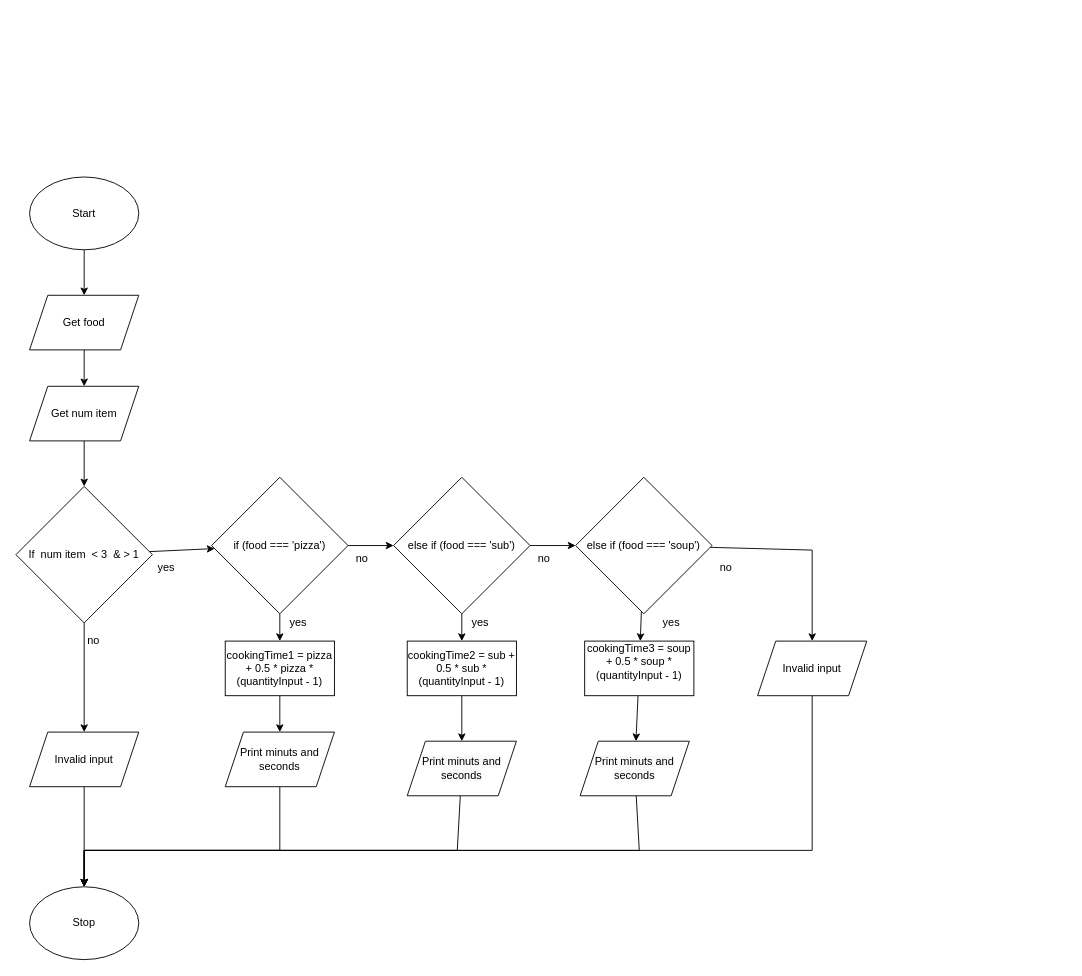
lily-liu-17/ics4u-unit1-03-typescript keeps this draw.io diagram as flow.drawio. Above is the earlier version. Source tidied: cells renumbered, new cells numbered last; positions are measured from the earlier drawing's top-left corner, leaving out a move shared by most shapes. Both pictures are drawn from the tidied source at 91%, with x=0, y=0 at pixel (15, 177).
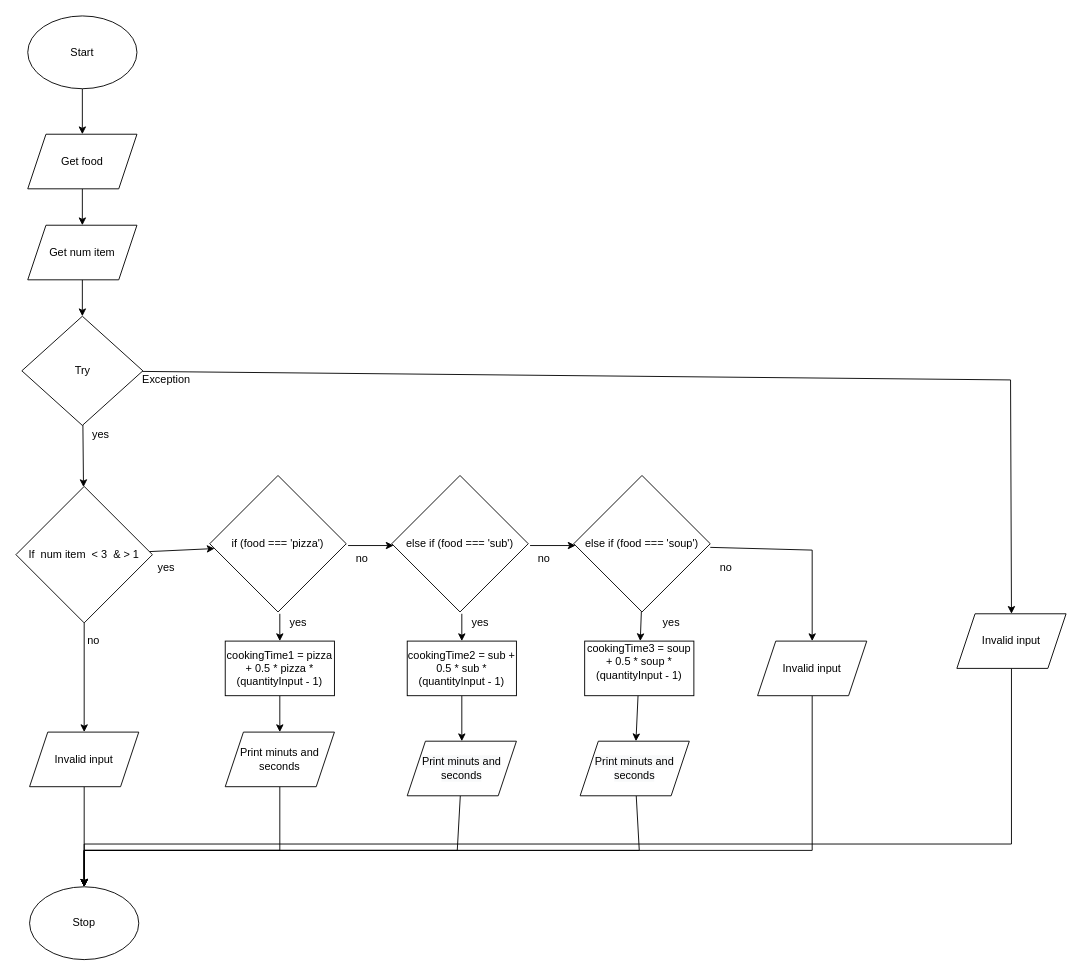
The same page after the edit.

The change refers to these unchanged cells:
```xml
<mxCell id="2" value="Stop" style="ellipse;whiteSpace=wrap;html=1;" parent="1" vertex="1">
  <mxGeometry x="15" y="780" width="120" height="80" as="geometry" />
</mxCell>
<mxCell id="11" value="If&amp;nbsp; num item&amp;nbsp; &amp;lt; 3&amp;nbsp; &amp;amp; &amp;gt; 1" style="rhombus;whiteSpace=wrap;html=1;" parent="1" vertex="1">
  <mxGeometry y="340" width="150" height="150" as="geometry" />
</mxCell>
<mxCell id="30" value="cookingTime1 = pizza + 0.5 * pizza * (quantityInput - 1)" style="rounded=0;whiteSpace=wrap;html=1;" parent="1" vertex="1">
  <mxGeometry x="230" y="510" width="120" height="60" as="geometry" />
</mxCell>
<mxCell id="32" value="cookingTime2 = sub + 0.5 * sub * (quantityInput - 1)" style="rounded=0;whiteSpace=wrap;html=1;" parent="1" vertex="1">
  <mxGeometry x="430" y="510" width="120" height="60" as="geometry" />
</mxCell>
<mxCell id="34" value="&lt;div&gt;cookingTime3 = soup + 0.5 * soup * (quantityInput - 1)&lt;/div&gt;&lt;div&gt;&lt;br&gt;&lt;/div&gt;" style="rounded=0;whiteSpace=wrap;html=1;" parent="1" vertex="1">
  <mxGeometry x="625" y="510" width="120" height="60" as="geometry" />
</mxCell>
<mxCell id="36" value="Invalid input" style="shape=parallelogram;perimeter=parallelogramPerimeter;whiteSpace=wrap;html=1;fixedSize=1;" parent="1" vertex="1">
  <mxGeometry x="815" y="510" width="120" height="60" as="geometry" />
</mxCell>
```

The edit, as a diff of the source:
```diff
@@
     <mxCell id="4" value="Start" style="ellipse;whiteSpace=wrap;html=1;" parent="1" vertex="1">
-      <mxGeometry x="15" width="120" height="80" as="geometry" />
+      <mxGeometry x="13" y="-177" width="120" height="80" as="geometry" />
     </mxCell>
-    <mxCell id="5" style="edgeStyle=none;html=1;" parent="1" edge="1" source="6" target="11">
-      <mxGeometry relative="1" as="geometry" />
-    </mxCell>
+    <mxCell id="45" style="edgeStyle=none;html=1;" parent="1" edge="1" source="6" target="48">
+      <mxGeometry relative="1" as="geometry" />
+    </mxCell>
     <mxCell id="6" value="Get num item" style="shape=parallelogram;perimeter=parallelogramPerimeter;whiteSpace=wrap;html=1;fixedSize=1;" parent="1" vertex="1">
-      <mxGeometry x="15" y="230" width="120" height="60" as="geometry" />
+      <mxGeometry x="13" y="53" width="120" height="60" as="geometry" />
     </mxCell>
@@
     <mxCell id="8" value="Get food" style="shape=parallelogram;perimeter=parallelogramPerimeter;whiteSpace=wrap;html=1;fixedSize=1;" parent="1" vertex="1">
-      <mxGeometry x="15" y="130" width="120" height="60" as="geometry" />
+      <mxGeometry x="13" y="-47" width="120" height="60" as="geometry" />
     </mxCell>
-    <mxCell id="9" style="edgeStyle=none;html=1;" parent="1" edge="1" source="11" target="20">
-      <mxGeometry relative="1" as="geometry" />
+    <mxCell id="9" style="edgeStyle=none;html=1;" parent="1" edge="1" source="11">
+      <mxGeometry relative="1" as="geometry">
+        <mxPoint x="218.3" y="408.3" as="targetPoint" />
+      </mxGeometry>
     </mxCell>
@@
-    <mxCell id="12" style="edgeStyle=none;html=1;" parent="1" edge="1" source="14" target="32">
-      <mxGeometry relative="1" as="geometry" />
+    <mxCell id="12" style="edgeStyle=none;html=1;" parent="1" edge="1" target="32">
+      <mxGeometry relative="1" as="geometry">
+        <mxPoint x="490" y="480" as="sourcePoint" />
+      </mxGeometry>
     </mxCell>
-    <mxCell id="13" style="edgeStyle=none;html=1;" parent="1" edge="1" source="14" target="17">
-      <mxGeometry relative="1" as="geometry" />
+    <mxCell id="13" style="edgeStyle=none;html=1;" parent="1" edge="1">
+      <mxGeometry relative="1" as="geometry">
+        <mxPoint x="565" y="405" as="sourcePoint" />
+        <mxPoint x="615" y="405" as="targetPoint" />
+      </mxGeometry>
     </mxCell>
     <mxCell id="14" value="else if (food === 'sub')" style="rhombus;whiteSpace=wrap;html=1;" parent="1" vertex="1">
-      <mxGeometry x="415" y="330" width="150" height="150" as="geometry" />
+      <mxGeometry x="413" y="328" width="150" height="150" as="geometry" />
     </mxCell>
-    <mxCell id="15" style="edgeStyle=none;html=1;" parent="1" edge="1" source="17" target="34">
-      <mxGeometry relative="1" as="geometry" />
+    <mxCell id="15" style="edgeStyle=none;html=1;" parent="1" edge="1" target="34">
+      <mxGeometry relative="1" as="geometry">
+        <mxPoint x="687.3" y="477.3" as="sourcePoint" />
+      </mxGeometry>
     </mxCell>
-    <mxCell id="16" style="edgeStyle=none;html=1;entryX=0.5;entryY=0;entryDx=0;entryDy=0;rounded=0;" parent="1" edge="1" source="17" target="36">
+    <mxCell id="16" style="edgeStyle=none;html=1;entryX=0.5;entryY=0;entryDx=0;entryDy=0;rounded=0;" parent="1" edge="1" target="36">
       <mxGeometry relative="1" as="geometry">
+        <mxPoint x="763" y="407" as="sourcePoint" />
         <Array as="points">
           <mxPoint x="875" y="410" />
         </Array>
       </mxGeometry>
     </mxCell>
     <mxCell id="17" value="else if (food === 'soup')" style="rhombus;whiteSpace=wrap;html=1;" parent="1" vertex="1">
-      <mxGeometry x="615" y="330" width="150" height="150" as="geometry" />
+      <mxGeometry x="613" y="328" width="150" height="150" as="geometry" />
     </mxCell>
-    <mxCell id="18" style="edgeStyle=none;html=1;" parent="1" edge="1" source="20" target="30">
-      <mxGeometry relative="1" as="geometry" />
+    <mxCell id="18" style="edgeStyle=none;html=1;" parent="1" edge="1" target="30">
+      <mxGeometry relative="1" as="geometry">
+        <mxPoint x="290" y="480" as="sourcePoint" />
+      </mxGeometry>
     </mxCell>
-    <mxCell id="19" style="edgeStyle=none;html=1;" parent="1" edge="1" source="20" target="14">
-      <mxGeometry relative="1" as="geometry" />
+    <mxCell id="19" style="edgeStyle=none;html=1;" parent="1" edge="1">
+      <mxGeometry relative="1" as="geometry">
+        <mxPoint x="365" y="405" as="sourcePoint" />
+        <mxPoint x="415" y="405" as="targetPoint" />
+      </mxGeometry>
     </mxCell>
     <mxCell id="20" value="if (food === 'pizza')" style="rhombus;whiteSpace=wrap;html=1;" parent="1" vertex="1">
-      <mxGeometry x="215" y="330" width="150" height="150" as="geometry" />
+      <mxGeometry x="213" y="328" width="150" height="150" as="geometry" />
     </mxCell>
@@
+    <mxCell id="46" style="edgeStyle=none;html=1;" parent="1" edge="1" source="48" target="11">
+      <mxGeometry relative="1" as="geometry" />
+    </mxCell>
+    <mxCell id="47" style="edgeStyle=none;rounded=0;html=1;entryX=0.5;entryY=0;entryDx=0;entryDy=0;" parent="1" edge="1" source="48" target="51">
+      <mxGeometry relative="1" as="geometry">
+        <Array as="points">
+          <mxPoint x="1093" y="223" />
+        </Array>
+      </mxGeometry>
+    </mxCell>
+    <mxCell id="48" value="Try" style="rhombus;whiteSpace=wrap;html=1;" parent="1" vertex="1">
+      <mxGeometry x="6.5" y="153" width="133" height="120" as="geometry" />
+    </mxCell>
+    <mxCell id="49" value="yes" style="text;html=1;align=center;verticalAlign=middle;strokeColor=none;fillColor=none;" parent="1" vertex="1">
+      <mxGeometry x="78" y="273" width="30" height="20" as="geometry" />
+    </mxCell>
+    <mxCell id="50" style="edgeStyle=none;rounded=0;html=1;entryX=0.5;entryY=0;entryDx=0;entryDy=0;" parent="1" edge="1" source="51" target="2">
+      <mxGeometry relative="1" as="geometry">
+        <Array as="points">
+          <mxPoint x="1094" y="733" />
+          <mxPoint x="75" y="733" />
+        </Array>
+      </mxGeometry>
+    </mxCell>
+    <mxCell id="51" value="Invalid input" style="shape=parallelogram;perimeter=parallelogramPerimeter;whiteSpace=wrap;html=1;fixedSize=1;" parent="1" vertex="1">
+      <mxGeometry x="1034" y="480" width="120" height="60" as="geometry" />
+    </mxCell>
+    <mxCell id="52" value="Exception" style="text;html=1;align=center;verticalAlign=middle;strokeColor=none;fillColor=none;" parent="1" vertex="1">
+      <mxGeometry x="130" y="213" width="70" height="20" as="geometry" />
+    </mxCell>
```
